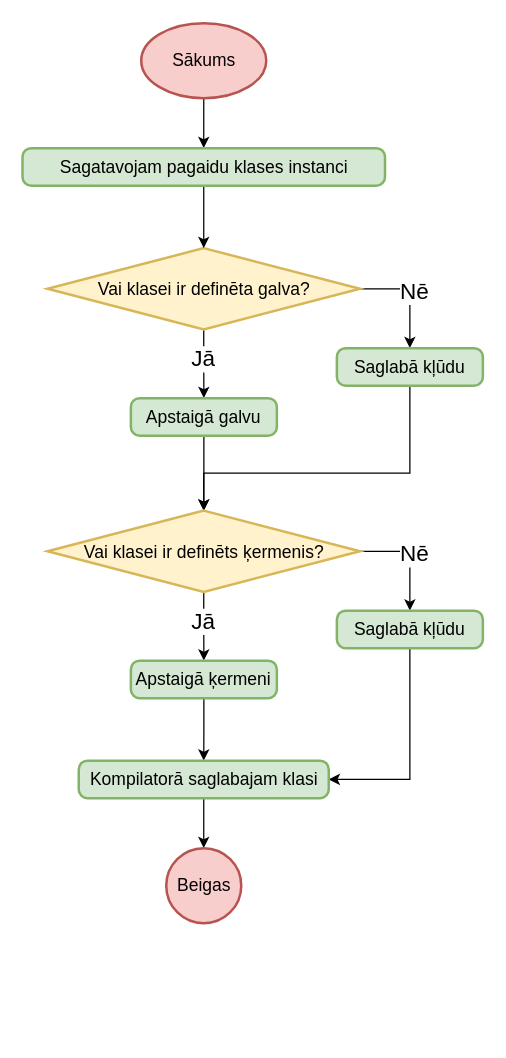
Above: page "Klases kompilēsana" (1 of 4) of src/Qualification project/Documentation/Diagrammas/Kompilators/Klases.drawio in artiks12/webAppOS (draw.io), before the change. Source tidied: cells renumbered, new cells numbered last; positions are measured from the earlier drawing's top-left corner, leaving out a move shared by most shapes. Both pictures are drawn from the tidied source at 125%, with x=0, y=0 at pixel (22, 22).
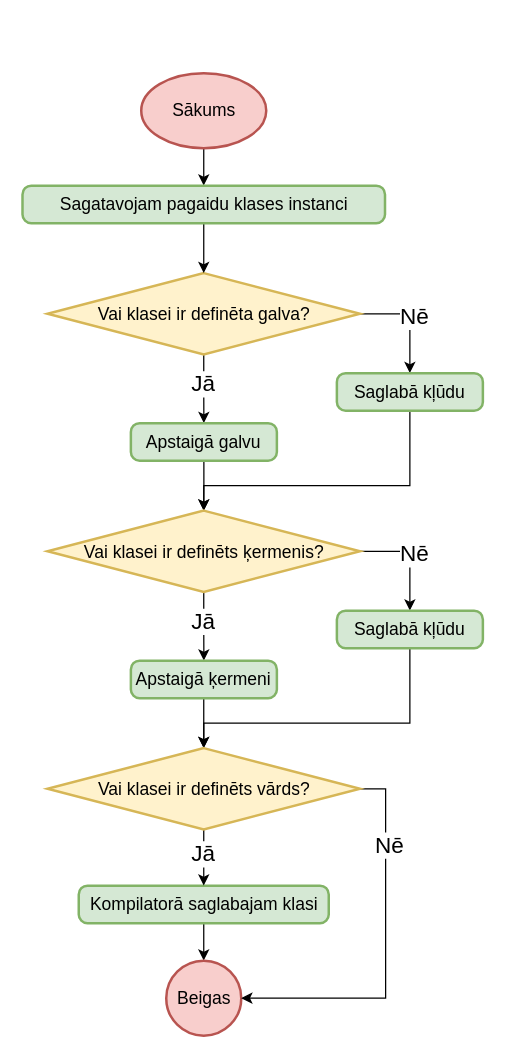
The same diagram, later.

Unchanged cells that the change refers to:
```xml
<mxCell id="19" value="Vai klasei ir definēts ķermenis?" style="strokeWidth=2;html=1;shape=mxgraph.flowchart.decision;whiteSpace=wrap;fontSize=14;fillColor=#fff2cc;strokeColor=#d6b656;" parent="1" vertex="1">
  <mxGeometry x="19.5" y="390" width="250" height="65" as="geometry" />
</mxCell>
<mxCell id="21" value="Apstaigā ķermeni" style="rounded=1;whiteSpace=wrap;html=1;absoluteArcSize=1;arcSize=14;strokeWidth=2;fontSize=14;fillColor=#d5e8d4;strokeColor=#82b366;" parent="1" vertex="1">
  <mxGeometry x="86.2" y="510" width="116.8" height="30" as="geometry" />
</mxCell>
<mxCell id="23" value="Saglabā kļūdu" style="rounded=1;whiteSpace=wrap;html=1;absoluteArcSize=1;arcSize=14;strokeWidth=2;fontSize=14;fillColor=#d5e8d4;strokeColor=#82b366;" parent="1" vertex="1">
  <mxGeometry x="251" y="470" width="116.8" height="30" as="geometry" />
</mxCell>
```

What changed in the source:
```diff
@@
     <mxCell id="3" value="Sākums" style="strokeWidth=2;html=1;shape=mxgraph.flowchart.start_1;whiteSpace=wrap;fontSize=14;fillColor=#f8cecc;strokeColor=#b85450;" parent="1" vertex="1">
-      <mxGeometry x="94.5" width="100" height="60" as="geometry" />
+      <mxGeometry x="94.5" y="40" width="100" height="60" as="geometry" />
     </mxCell>
     <mxCell id="4" style="edgeStyle=orthogonalEdgeStyle;rounded=0;jettySize=auto;html=1;exitX=1;exitY=0.5;exitDx=0;exitDy=0;exitPerimeter=0;entryX=0.5;entryY=0;entryDx=0;entryDy=0;" parent="1" edge="1" source="8" target="14">
       <mxGeometry relative="1" as="geometry">
         <Array as="points">
-          <mxPoint x="309" y="213" />
+          <mxPoint x="309" y="233" />
         </Array>
       </mxGeometry>
     </mxCell>
@@
     <mxCell id="8" value="Vai klasei ir definēta galva?" style="strokeWidth=2;html=1;shape=mxgraph.flowchart.decision;whiteSpace=wrap;fontSize=14;fillColor=#fff2cc;strokeColor=#d6b656;" parent="1" vertex="1">
-      <mxGeometry x="19.5" y="180" width="250" height="65" as="geometry" />
+      <mxGeometry x="19.5" y="200" width="250" height="65" as="geometry" />
     </mxCell>
@@
     <mxCell id="10" value="Sagatavojam pagaidu klases instanci" style="rounded=1;whiteSpace=wrap;html=1;absoluteArcSize=1;arcSize=14;strokeWidth=2;fontSize=14;fillColor=#d5e8d4;strokeColor=#82b366;" parent="1" vertex="1">
-      <mxGeometry x="-0.5" y="100" width="290" height="30" as="geometry" />
+      <mxGeometry x="-0.5" y="130" width="290" height="30" as="geometry" />
     </mxCell>
@@
     <mxCell id="12" value="Apstaigā galvu" style="rounded=1;whiteSpace=wrap;html=1;absoluteArcSize=1;arcSize=14;strokeWidth=2;fontSize=14;fillColor=#d5e8d4;strokeColor=#82b366;" parent="1" vertex="1">
-      <mxGeometry x="86.2" y="300" width="116.8" height="30" as="geometry" />
+      <mxGeometry x="86.2" y="320" width="116.8" height="30" as="geometry" />
     </mxCell>
     <mxCell id="13" style="edgeStyle=orthogonalEdgeStyle;rounded=0;jettySize=auto;html=1;entryX=0.5;entryY=0;entryDx=0;entryDy=0;entryPerimeter=0;" parent="1" edge="1" source="14" target="19">
       <mxGeometry relative="1" as="geometry">
         <Array as="points">
-          <mxPoint x="309" y="360" />
-          <mxPoint x="145" y="360" />
+          <mxPoint x="309" y="370" />
+          <mxPoint x="145" y="370" />
         </Array>
       </mxGeometry>
     </mxCell>
     <mxCell id="14" value="Saglabā kļūdu" style="rounded=1;whiteSpace=wrap;html=1;absoluteArcSize=1;arcSize=14;strokeWidth=2;fontSize=14;fillColor=#d5e8d4;strokeColor=#82b366;" parent="1" vertex="1">
-      <mxGeometry x="251" y="260" width="116.8" height="30" as="geometry" />
+      <mxGeometry x="251" y="280" width="116.8" height="30" as="geometry" />
     </mxCell>
@@
-    <mxCell id="20" style="edgeStyle=orthogonalEdgeStyle;rounded=0;jettySize=auto;html=1;entryX=0.5;entryY=0;entryDx=0;entryDy=0;" parent="1" edge="1" source="21" target="25">
-      <mxGeometry relative="1" as="geometry" />
+    <mxCell id="20" style="edgeStyle=orthogonalEdgeStyle;rounded=0;jettySize=auto;html=1;entryX=0.5;entryY=0;entryDx=0;entryDy=0;entryPerimeter=0;" parent="1" edge="1" source="21" target="31">
+      <mxGeometry relative="1" as="geometry">
+        <Array as="points">
+          <mxPoint x="145" y="580" />
+          <mxPoint x="145" y="580" />
+        </Array>
+      </mxGeometry>
     </mxCell>
@@
-    <mxCell id="22" style="edgeStyle=orthogonalEdgeStyle;rounded=0;jettySize=auto;html=1;entryX=1;entryY=0.5;entryDx=0;entryDy=0;exitX=0.5;exitY=1;exitDx=0;exitDy=0;" parent="1" edge="1" source="23" target="25">
-      <mxGeometry relative="1" as="geometry" />
+    <mxCell id="22" style="edgeStyle=orthogonalEdgeStyle;rounded=0;jettySize=auto;html=1;entryX=0.5;entryY=0;entryDx=0;entryDy=0;exitX=0.5;exitY=1;exitDx=0;exitDy=0;entryPerimeter=0;" parent="1" edge="1" source="23" target="31">
+      <mxGeometry relative="1" as="geometry">
+        <Array as="points">
+          <mxPoint x="309" y="560" />
+          <mxPoint x="145" y="560" />
+        </Array>
+      </mxGeometry>
     </mxCell>
@@
-    <mxCell id="24" style="edgeStyle=orthogonalEdgeStyle;rounded=0;jettySize=auto;html=1;entryX=0.5;entryY=0;entryDx=0;entryDy=0;entryPerimeter=0;" parent="1" edge="1" source="25" target="26">
+    <mxCell id="24" style="edgeStyle=orthogonalEdgeStyle;rounded=0;jettySize=auto;html=1;entryX=0.5;entryY=0;entryDx=0;entryDy=0;entryPerimeter=0;exitX=0.5;exitY=1;exitDx=0;exitDy=0;" parent="1" edge="1" source="25" target="26">
       <mxGeometry relative="1" as="geometry" />
     </mxCell>
+    <mxCell id="26" value="Beigas" style="strokeWidth=2;html=1;shape=mxgraph.flowchart.start_2;whiteSpace=wrap;fontSize=14;fillColor=#f8cecc;strokeColor=#b85450;" parent="1" vertex="1">
+      <mxGeometry x="114.5" y="750" width="60" height="60" as="geometry" />
+    </mxCell>
     <mxCell id="25" value="Kompilatorā saglabajam klasi" style="rounded=1;whiteSpace=wrap;html=1;absoluteArcSize=1;arcSize=14;strokeWidth=2;fontSize=14;fillColor=#d5e8d4;strokeColor=#82b366;" parent="1" vertex="1">
-      <mxGeometry x="44.5" y="590" width="200" height="30" as="geometry" />
+      <mxGeometry x="44.5" y="690" width="200" height="30" as="geometry" />
     </mxCell>
-    <mxCell id="26" value="Beigas" style="strokeWidth=2;html=1;shape=mxgraph.flowchart.start_2;whiteSpace=wrap;fontSize=14;fillColor=#f8cecc;strokeColor=#b85450;" parent="1" vertex="1">
-      <mxGeometry x="114.5" y="660" width="60" height="60" as="geometry" />
-    </mxCell>
+    <mxCell id="27" style="edgeStyle=orthogonalEdgeStyle;rounded=0;jettySize=auto;html=1;entryX=0.5;entryY=0;entryDx=0;entryDy=0;" parent="1" edge="1" source="31" target="25">
+      <mxGeometry relative="1" as="geometry">
+        <Array as="points">
+          <mxPoint x="145" y="660" />
+          <mxPoint x="145" y="660" />
+        </Array>
+      </mxGeometry>
+    </mxCell>
+    <mxCell id="28" value="Jā" style="edgeLabel;html=1;align=center;verticalAlign=middle;fontSize=18;" parent="27" vertex="1">
+      <mxGeometry x="-0.25" relative="1" as="geometry">
+        <mxPoint x="-1" y="2" as="offset" />
+      </mxGeometry>
+    </mxCell>
+    <mxCell id="29" style="edgeStyle=orthogonalEdgeStyle;rounded=0;jettySize=auto;html=1;entryX=1;entryY=0.5;entryDx=0;entryDy=0;entryPerimeter=0;" parent="1" edge="1" source="31" target="26">
+      <mxGeometry relative="1" as="geometry">
+        <Array as="points">
+          <mxPoint x="290" y="613" />
+          <mxPoint x="290" y="780" />
+        </Array>
+      </mxGeometry>
+    </mxCell>
+    <mxCell id="30" value="&lt;font style=&quot;font-size: 18px&quot;&gt;Nē&lt;/font&gt;" style="edgeLabel;html=1;align=center;verticalAlign=middle;" parent="29" vertex="1">
+      <mxGeometry x="-0.57" y="2" relative="1" as="geometry" />
+    </mxCell>
+    <mxCell id="31" value="Vai klasei ir definēts vārds?" style="strokeWidth=2;html=1;shape=mxgraph.flowchart.decision;whiteSpace=wrap;fontSize=14;fillColor=#fff2cc;strokeColor=#d6b656;" parent="1" vertex="1">
+      <mxGeometry x="19.5" y="580" width="250" height="65" as="geometry" />
+    </mxCell>
```
